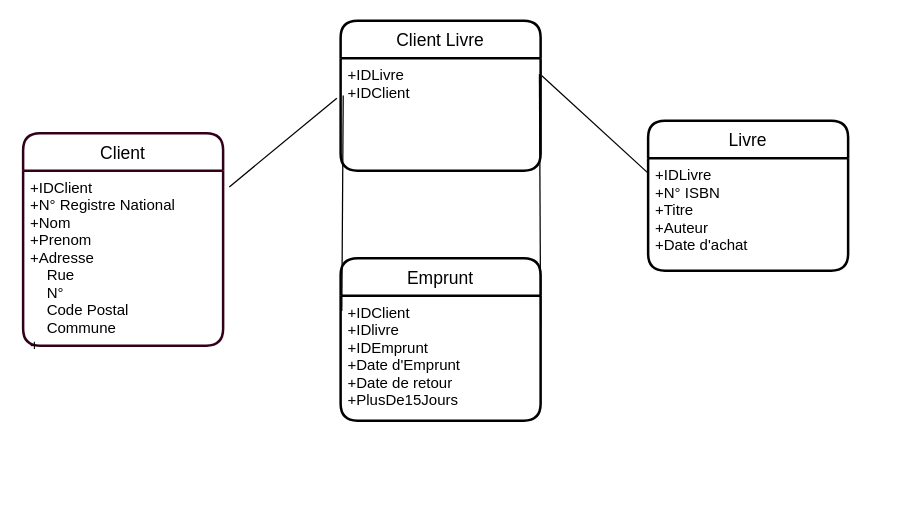
Before: Untitled Diagram.drawio in POLLESSI/POLLESSI, a draw.io diagram. Source tidied: cells renumbered, new cells numbered last; positions are measured from the earlier drawing's top-left corner, leaving out a move shared by most shapes. Both pictures are drawn from the tidied source at 125%, with x=0, y=0 at pixel (22, 20).
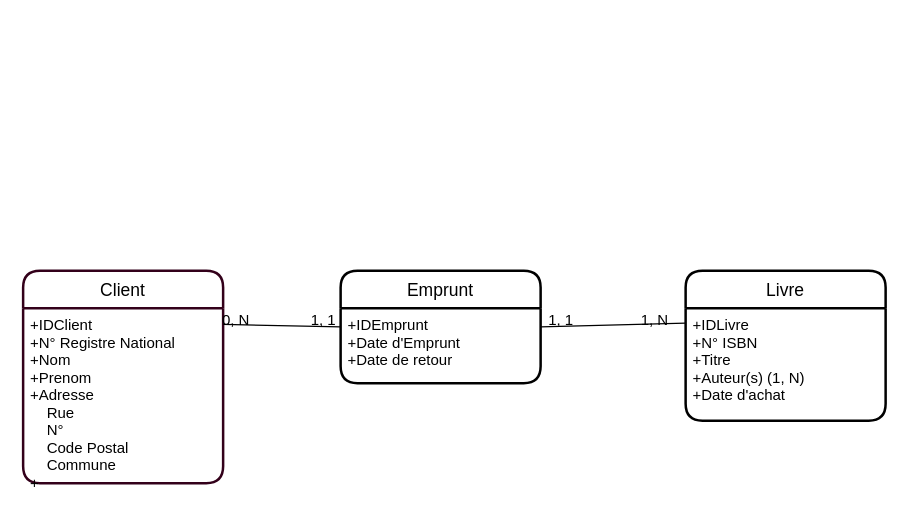
The same diagram, later.

Diff of the diagram source:
```diff
@@
 <mxGraphModel>
   <root>
     <mxCell id="0" />
     <mxCell id="1" parent="0" />
     <mxCell id="2" value="Client" style="swimlane;horizontal=1;startSize=30;rounded=1;fontSize=14;fontStyle=0;strokeWidth=2;shadow=0;dashed=0;align=center;strokeColor=#33001A;" parent="1" vertex="1">
-      <mxGeometry y="90" width="160" height="170" as="geometry" />
+      <mxGeometry y="200" width="160" height="170" as="geometry" />
     </mxCell>
-    <mxCell id="3" value="+IDClient&#10;+N° Registre National&#10;+Nom&#10;+Prenom&#10;+Adresse&#10;    Rue&#10;    N°&#10;    Code Postal&#10;    Commune&#10;+" style="align=left;strokeColor=none;fillColor=none;spacingLeft=4;fontSize=12;verticalAlign=top;" parent="2" vertex="1">
+    <mxCell id="3" value="+IDClient&#10;+N° Registre National&#10;+Nom&#10;+Prenom&#10;+Adresse&#10;    Rue&#10;    N°&#10;    Code Postal&#10;    Commune&#10;+" style="align=left;strokeColor=none;fillColor=none;spacingLeft=4;fontSize=12;verticalAlign=top;fontStyle=0;" parent="2" vertex="1">
       <mxGeometry y="30" width="160" height="140" as="geometry" />
     </mxCell>
     <mxCell id="4" value="Livre" style="swimlane;horizontal=1;startSize=30;rounded=1;fontSize=14;fontStyle=0;strokeWidth=2;shadow=0;dashed=0;align=center;" parent="1" vertex="1">
-      <mxGeometry x="500" y="80" width="160" height="120" as="geometry" />
+      <mxGeometry x="530" y="200" width="160" height="120" as="geometry" />
     </mxCell>
-    <mxCell id="5" value="+IDLivre&#10;+N° ISBN&#10;+Titre&#10;+Auteur&#10;+Date d'achat" style="align=left;strokeColor=none;fillColor=none;spacingLeft=4;fontSize=12;verticalAlign=top;" parent="4" vertex="1">
+    <mxCell id="5" value="+IDLivre&#10;+N° ISBN&#10;+Titre&#10;+Auteur(s) (1, N)&#10;+Date d'achat" style="align=left;strokeColor=none;fillColor=none;spacingLeft=4;fontSize=12;verticalAlign=top;" parent="4" vertex="1">
       <mxGeometry y="30" width="160" height="90" as="geometry" />
     </mxCell>
     <mxCell id="6" value="Emprunt" style="swimlane;horizontal=1;startSize=30;rounded=1;fontSize=14;fontStyle=0;strokeWidth=2;shadow=0;dashed=0;align=center;" parent="1" vertex="1">
-      <mxGeometry x="254" y="190" width="160" height="130" as="geometry" />
+      <mxGeometry x="254" y="200" width="160" height="90" as="geometry" />
     </mxCell>
-    <mxCell id="7" value="+IDClient&#10;+IDlivre&#10;+IDEmprunt&#10;+Date d'Emprunt&#10;+Date de retour&#10;+PlusDe15Jours&#10;" style="align=left;strokeColor=none;fillColor=none;spacingLeft=4;fontSize=12;verticalAlign=top;" parent="6" vertex="1">
-      <mxGeometry y="30" width="160" height="100" as="geometry" />
+    <mxCell id="7" value="+IDEmprunt&#10;+Date d'Emprunt&#10;+Date de retour&#10;&#10;" style="align=left;strokeColor=none;fillColor=none;spacingLeft=4;fontSize=12;verticalAlign=top;" parent="6" vertex="1">
+      <mxGeometry y="30" width="160" height="60" as="geometry" />
     </mxCell>
-    <mxCell id="8" value="Client Livre" style="swimlane;horizontal=1;startSize=30;rounded=1;fontSize=14;fontStyle=0;strokeWidth=2;shadow=0;dashed=0;align=center;" parent="1" vertex="1">
-      <mxGeometry x="254" width="160" height="120" as="geometry" />
-    </mxCell>
-    <mxCell id="9" value="+IDLivre&#10;+IDClient&#10;&#10;" style="align=left;strokeColor=none;fillColor=none;spacingLeft=4;fontSize=12;verticalAlign=top;" parent="8" vertex="1">
-      <mxGeometry y="30" width="160" height="90" as="geometry" />
-    </mxCell>
-    <mxCell id="10" style="endArrow=none;html=1;rounded=0;exitX=1.031;exitY=0.093;exitDx=0;exitDy=0;exitPerimeter=0;entryX=-0.019;entryY=0.356;entryDx=0;entryDy=0;entryPerimeter=0;" parent="1" edge="1" source="3" target="9">
+    <mxCell id="10" style="endArrow=none;html=1;rounded=0;entryX=0;entryY=0.25;entryDx=0;entryDy=0;exitX=1;exitY=0.093;exitDx=0;exitDy=0;exitPerimeter=0;" parent="1" edge="1" source="3" target="7">
       <mxGeometry relative="1" as="geometry" />
     </mxCell>
-    <mxCell id="11" style="endArrow=none;html=1;rounded=0;exitX=1.006;exitY=0.156;exitDx=0;exitDy=0;exitPerimeter=0;entryX=0;entryY=0.133;entryDx=0;entryDy=0;entryPerimeter=0;" parent="1" edge="1" source="9" target="5">
+    <mxCell id="11" style="endArrow=none;html=1;rounded=0;entryX=0;entryY=0.133;entryDx=0;entryDy=0;entryPerimeter=0;exitX=1;exitY=0.25;exitDx=0;exitDy=0;" parent="1" edge="1" source="7" target="5">
       <mxGeometry relative="1" as="geometry" />
     </mxCell>
-    <mxCell id="12" style="endArrow=none;html=1;rounded=0;exitX=0.013;exitY=0.333;exitDx=0;exitDy=0;exitPerimeter=0;entryX=0.006;entryY=0.122;entryDx=0;entryDy=0;entryPerimeter=0;" parent="1" edge="1" source="9" target="7">
-      <mxGeometry relative="1" as="geometry" />
-    </mxCell>
-    <mxCell id="13" style="endArrow=none;html=1;rounded=0;entryX=0.994;entryY=0.144;entryDx=0;entryDy=0;entryPerimeter=0;exitX=1;exitY=0.25;exitDx=0;exitDy=0;" parent="1" edge="1" source="7" target="9">
-      <mxGeometry relative="1" as="geometry" />
-    </mxCell>
+    <mxCell id="14" value="0, N" style="text;html=1;align=center;verticalAlign=middle;strokeColor=none;fillColor=none;" parent="1" vertex="1">
+      <mxGeometry x="145" y="225" width="50" height="30" as="geometry" />
+    </mxCell>
+    <mxCell id="15" value="1, 1" style="text;html=1;align=center;verticalAlign=middle;strokeColor=none;fillColor=none;" parent="1" vertex="1">
+      <mxGeometry x="220" y="225" width="40" height="30" as="geometry" />
+    </mxCell>
+    <mxCell id="16" value="1, 1" style="text;html=1;align=center;verticalAlign=middle;strokeColor=none;fillColor=none;" parent="1" vertex="1">
+      <mxGeometry x="410" y="225" width="40" height="30" as="geometry" />
+    </mxCell>
+    <mxCell id="17" value="1, N" style="text;html=1;align=center;verticalAlign=middle;strokeColor=none;fillColor=none;" parent="1" vertex="1">
+      <mxGeometry x="480" y="225" width="50" height="30" as="geometry" />
+    </mxCell>
   </root>
 </mxGraphModel>
```
